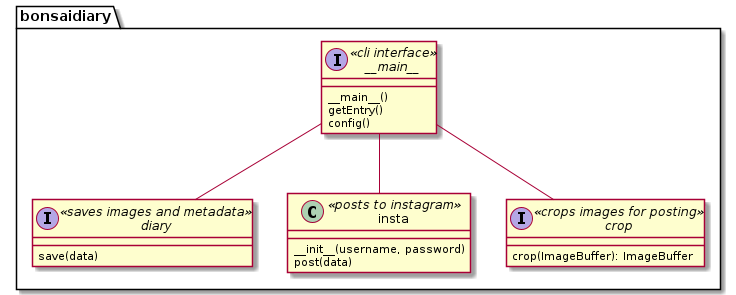
This is docs/design.png from joshuajeschek/bonsaidiary, a PlantUML export, as it was before one commit.
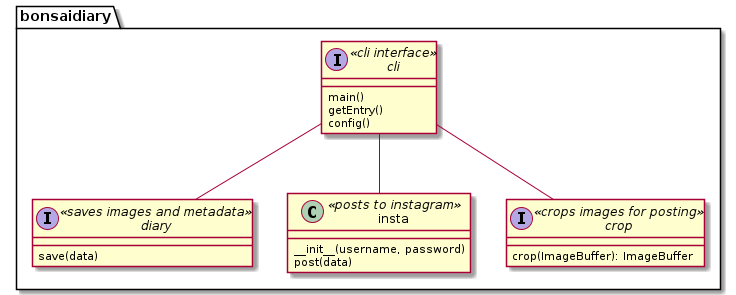
After the commit.

Diff of the diagram source:
```diff
@@ -2,8 +2,8 @@
 
 package bonsaidiary {
 
-	interface __main__ <<cli interface>> {
-		__main__()
+	interface cli <<cli interface>> {
+		main()
 		getEntry()
 		config()
 	}
@@ -21,9 +21,9 @@
 		crop(ImageBuffer): ImageBuffer
 	}
 
-	__main__ -d- diary
-	__main__ -d- insta
-	__main__ -d- crop
+	cli -d- diary
+	cli-d- insta
+	cli -d- crop
 
 }
 
```
